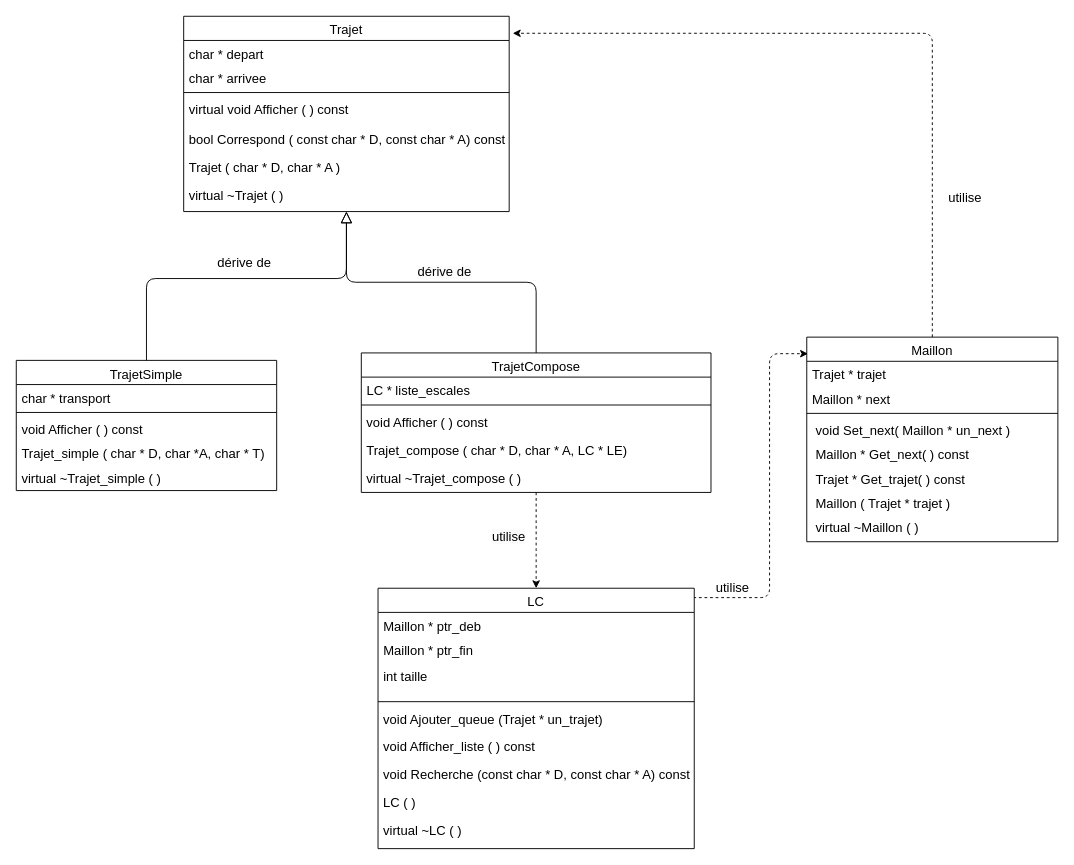
Before: 未命名绘图.drawio in yiwanou/Trajet, a draw.io diagram. Source tidied: cells renumbered, new cells numbered last; positions are measured from the earlier drawing's top-left corner, leaving out a move shared by most shapes. Both pictures are drawn from the tidied source at 93%, with x=0, y=0 at pixel (16, 16).
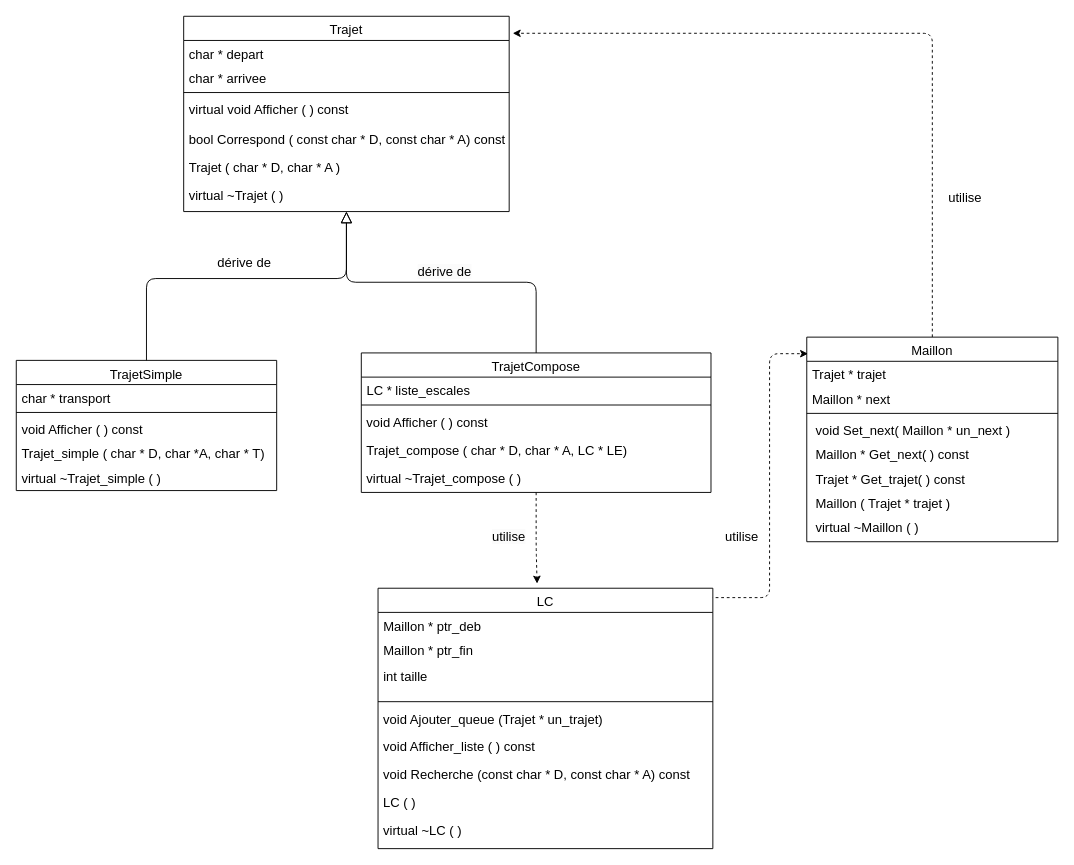
Above is the later version.

Commit message (it also covers changes not shown here):
更新未命名绘图.drawio

The change refers to these unchanged cells:
```xml
<mxCell id="9" value="TrajetCompose" style="swimlane;fontStyle=0;align=center;verticalAlign=top;horizontal=1;startSize=26;rounded=0;shadow=0;strokeWidth=1;labelBackgroundColor=none;fontSize=14;" parent="1" vertex="1">
  <mxGeometry x="371" y="362" width="376" height="150" as="geometry" />
</mxCell>
<mxCell id="16" value="Maillon" style="swimlane;fontStyle=0;align=center;verticalAlign=top;horizontal=1;startSize=26;rounded=0;shadow=0;strokeWidth=1;labelBackgroundColor=none;fontSize=14;" parent="1" vertex="1">
  <mxGeometry x="850" y="345" width="270" height="220" as="geometry" />
</mxCell>
<mxCell id="25" value="Trajet" style="swimlane;fontStyle=0;align=center;verticalAlign=top;horizontal=1;startSize=26;rounded=0;shadow=0;strokeWidth=1;flipH=0;flipV=0;labelBackgroundColor=none;fontSize=14;" parent="1" vertex="1">
  <mxGeometry x="180" width="350" height="210" as="geometry" />
</mxCell>
```

Diff of the diagram source:
```diff
@@
-    <mxCell id="8" style="edgeStyle=orthogonalEdgeStyle;rounded=1;jettySize=auto;html=1;fontFamily=Helvetica;fontSize=12;fontColor=default;entryX=0.5;entryY=0;entryDx=0;entryDy=0;dashed=1;" parent="1" edge="1" source="9" target="34">
+    <mxCell id="8" style="edgeStyle=orthogonalEdgeStyle;rounded=1;jettySize=auto;html=1;fontFamily=Helvetica;fontSize=14;fontColor=default;dashed=1;" parent="1" edge="1" source="9">
       <mxGeometry relative="1" as="geometry">
+        <mxPoint x="560" y="610" as="targetPoint" />
         <Array as="points">
           <mxPoint x="559" y="570" />
           <mxPoint x="559" y="570" />
         </Array>
       </mxGeometry>
     </mxCell>
@@
-    <mxCell id="15" style="edgeStyle=orthogonalEdgeStyle;rounded=1;jettySize=auto;html=1;fontFamily=Helvetica;fontSize=12;fontColor=default;entryX=1.011;entryY=0.087;entryDx=0;entryDy=0;entryPerimeter=0;dashed=1;" parent="1" edge="1" source="16" target="25">
+    <mxCell id="15" style="edgeStyle=orthogonalEdgeStyle;rounded=1;jettySize=auto;html=1;fontFamily=Helvetica;fontSize=14;fontColor=default;entryX=1.011;entryY=0.087;entryDx=0;entryDy=0;entryPerimeter=0;dashed=1;" parent="1" edge="1" source="16" target="25">
       <mxGeometry relative="1" as="geometry">
         <Array as="points">
           <mxPoint x="985" y="18" />
         </Array>
       </mxGeometry>
     </mxCell>
@@
-    <mxCell id="33" style="edgeStyle=orthogonalEdgeStyle;rounded=1;jettySize=auto;html=1;fontFamily=Helvetica;fontSize=12;fontColor=default;exitX=0.999;exitY=0.036;exitDx=0;exitDy=0;exitPerimeter=0;dashed=1;entryX=0.005;entryY=0.081;entryDx=0;entryDy=0;entryPerimeter=0;" parent="1" edge="1" target="16">
+    <mxCell id="33" style="edgeStyle=orthogonalEdgeStyle;rounded=1;jettySize=auto;html=1;fontFamily=Helvetica;fontSize=14;fontColor=default;exitX=0.999;exitY=0.036;exitDx=0;exitDy=0;exitPerimeter=0;dashed=1;entryX=0.005;entryY=0.081;entryDx=0;entryDy=0;entryPerimeter=0;" parent="1" edge="1" target="16">
       <mxGeometry relative="1" as="geometry">
         <mxPoint x="650" y="625.1" as="sourcePoint" />
         <Array as="points">
           <mxPoint x="810" y="625" />
           <mxPoint x="810" y="363" />
         </Array>
       </mxGeometry>
     </mxCell>
     <mxCell id="34" value="LC" style="swimlane;fontStyle=0;align=center;verticalAlign=top;horizontal=1;startSize=26;rounded=0;shadow=0;strokeWidth=1;labelBackgroundColor=none;fontSize=14;" parent="1" vertex="1">
-      <mxGeometry x="389" y="615" width="340" height="280" as="geometry" />
+      <mxGeometry x="389" y="615" width="360" height="280" as="geometry" />
     </mxCell>
     <mxCell id="35" value="Maillon * ptr_deb&#10;" style="text;align=left;verticalAlign=top;spacingLeft=4;spacingRight=4;overflow=hidden;labelBackgroundColor=none;fontSize=14;" parent="34" vertex="1">
-      <mxGeometry y="26" width="340" height="26" as="geometry" />
+      <mxGeometry y="26" width="360" height="26" as="geometry" />
     </mxCell>
     <mxCell id="36" value="Maillon * ptr_fin" style="text;align=left;verticalAlign=top;spacingLeft=4;spacingRight=4;overflow=hidden;labelBackgroundColor=none;fontSize=14;" parent="34" vertex="1">
-      <mxGeometry y="52" width="340" height="28" as="geometry" />
+      <mxGeometry y="52" width="360" height="28" as="geometry" />
     </mxCell>
     <mxCell id="37" value="int taille" style="text;align=left;verticalAlign=top;spacingLeft=4;spacingRight=4;overflow=hidden;labelBackgroundColor=none;fontSize=14;" parent="34" vertex="1">
-      <mxGeometry y="80" width="340" height="38" as="geometry" />
+      <mxGeometry y="80" width="360" height="38" as="geometry" />
     </mxCell>
     <mxCell id="38" style="line;html=1;strokeWidth=1;align=left;verticalAlign=middle;spacingTop=-1;spacingLeft=3;spacingRight=3;labelPosition=right;labelBackgroundColor=none;fontSize=14;" parent="34" vertex="1">
-      <mxGeometry y="118" width="340" height="8" as="geometry" />
+      <mxGeometry y="118" width="360" height="8" as="geometry" />
     </mxCell>
     <mxCell id="39" value="&amp;nbsp;void Ajouter_queue (Trajet * un_trajet)" style="text;html=1;align=left;verticalAlign=middle;strokeColor=none;fillColor=none;fontSize=14;" parent="34" vertex="1">
-      <mxGeometry y="126" width="340" height="30" as="geometry" />
+      <mxGeometry y="126" width="360" height="30" as="geometry" />
     </mxCell>
     <mxCell id="40" value="&amp;nbsp;void Afficher_liste ( ) const" style="text;html=1;align=left;verticalAlign=middle;strokeColor=none;fillColor=none;fontSize=14;" parent="34" vertex="1">
-      <mxGeometry y="156" width="340" height="30" as="geometry" />
+      <mxGeometry y="156" width="360" height="30" as="geometry" />
     </mxCell>
     <mxCell id="41" value="&amp;nbsp;void Recherche (const char * D, const char * A) const" style="text;html=1;align=left;verticalAlign=middle;strokeColor=none;fillColor=none;fontSize=14;" parent="34" vertex="1">
-      <mxGeometry y="186" width="340" height="30" as="geometry" />
+      <mxGeometry y="186" width="360" height="30" as="geometry" />
     </mxCell>
     <mxCell id="42" value="&amp;nbsp;LC ( )" style="text;html=1;align=left;verticalAlign=middle;strokeColor=none;fillColor=none;fontSize=14;" parent="34" vertex="1">
-      <mxGeometry y="216" width="340" height="30" as="geometry" />
+      <mxGeometry y="216" width="360" height="30" as="geometry" />
     </mxCell>
     <mxCell id="43" value="&amp;nbsp;virtual ~LC ( )" style="text;html=1;align=left;verticalAlign=middle;strokeColor=none;fillColor=none;fontSize=14;" parent="34" vertex="1">
-      <mxGeometry y="246" width="340" height="30" as="geometry" />
+      <mxGeometry y="246" width="360" height="30" as="geometry" />
     </mxCell>
     <mxCell id="44" value="utilise" style="text;html=1;align=center;verticalAlign=middle;strokeColor=none;fillColor=none;labelBackgroundColor=none;fontSize=14;" parent="1" vertex="1">
-      <mxGeometry x="740" y="600" width="60" height="30" as="geometry" />
+      <mxGeometry x="750" y="545" width="60" height="30" as="geometry" />
     </mxCell>
@@
-    <mxCell id="46" value="&lt;span style=&quot;color: rgb(0, 0, 0); font-family: Helvetica; font-size: 14px; font-style: normal; font-variant-ligatures: normal; font-variant-caps: normal; font-weight: 400; letter-spacing: normal; orphans: 2; text-align: center; text-indent: 0px; text-transform: none; widows: 2; word-spacing: 0px; -webkit-text-stroke-width: 0px; background-color: rgb(251, 251, 251); text-decoration-thickness: initial; text-decoration-style: initial; text-decoration-color: initial; float: none; display: inline !important;&quot;&gt;utilise&lt;/span&gt;" style="text;whiteSpace=wrap;html=1;fontSize=12;fontFamily=Helvetica;fontColor=default;" parent="1" vertex="1">
+    <mxCell id="46" value="&lt;span style=&quot;color: rgb(0, 0, 0); font-family: Helvetica; font-size: 14px; font-style: normal; font-variant-ligatures: normal; font-variant-caps: normal; font-weight: 400; letter-spacing: normal; orphans: 2; text-align: center; text-indent: 0px; text-transform: none; widows: 2; word-spacing: 0px; -webkit-text-stroke-width: 0px; background-color: rgb(251, 251, 251); text-decoration-thickness: initial; text-decoration-style: initial; text-decoration-color: initial; float: none; display: inline !important;&quot;&gt;utilise&lt;/span&gt;" style="text;whiteSpace=wrap;html=1;fontSize=14;fontFamily=Helvetica;fontColor=default;" parent="1" vertex="1">
       <mxGeometry x="510" y="545" width="70" height="40" as="geometry" />
     </mxCell>
@@
-    <mxCell id="49" value="&lt;font style=&quot;font-size: 14px;&quot;&gt;dérive de&lt;/font&gt;" style="text;html=1;align=center;verticalAlign=middle;strokeColor=none;fillColor=none;fontSize=12;fontFamily=Helvetica;fontColor=default;" parent="1" vertex="1">
+    <mxCell id="49" value="&lt;font style=&quot;font-size: 14px;&quot;&gt;dérive de&lt;/font&gt;" style="text;html=1;align=center;verticalAlign=middle;strokeColor=none;fillColor=none;fontSize=14;fontFamily=Helvetica;fontColor=default;" parent="1" vertex="1">
       <mxGeometry x="205" y="250" width="80" height="30" as="geometry" />
     </mxCell>
-    <mxCell id="50" value="&lt;span style=&quot;color: rgb(0, 0, 0); font-family: Helvetica; font-style: normal; font-variant-ligatures: normal; font-variant-caps: normal; font-weight: 400; letter-spacing: normal; orphans: 2; text-align: center; text-indent: 0px; text-transform: none; widows: 2; word-spacing: 0px; -webkit-text-stroke-width: 0px; background-color: rgb(251, 251, 251); text-decoration-thickness: initial; text-decoration-style: initial; text-decoration-color: initial; float: none; display: inline !important;&quot;&gt;&lt;font style=&quot;font-size: 14px;&quot;&gt;dérive de&lt;/font&gt;&lt;/span&gt;" style="text;whiteSpace=wrap;html=1;fontSize=12;fontFamily=Helvetica;fontColor=default;" parent="1" vertex="1">
+    <mxCell id="50" value="&lt;span style=&quot;color: rgb(0, 0, 0); font-family: Helvetica; font-style: normal; font-variant-ligatures: normal; font-variant-caps: normal; font-weight: 400; letter-spacing: normal; orphans: 2; text-align: center; text-indent: 0px; text-transform: none; widows: 2; word-spacing: 0px; -webkit-text-stroke-width: 0px; background-color: rgb(251, 251, 251); text-decoration-thickness: initial; text-decoration-style: initial; text-decoration-color: initial; float: none; font-size: 14px; display: inline !important;&quot;&gt;&lt;font style=&quot;font-size: 14px;&quot;&gt;dérive de&lt;/font&gt;&lt;/span&gt;" style="text;whiteSpace=wrap;html=1;fontSize=14;fontFamily=Helvetica;fontColor=default;" parent="1" vertex="1">
       <mxGeometry x="430" y="260" width="80" height="40" as="geometry" />
     </mxCell>
```
